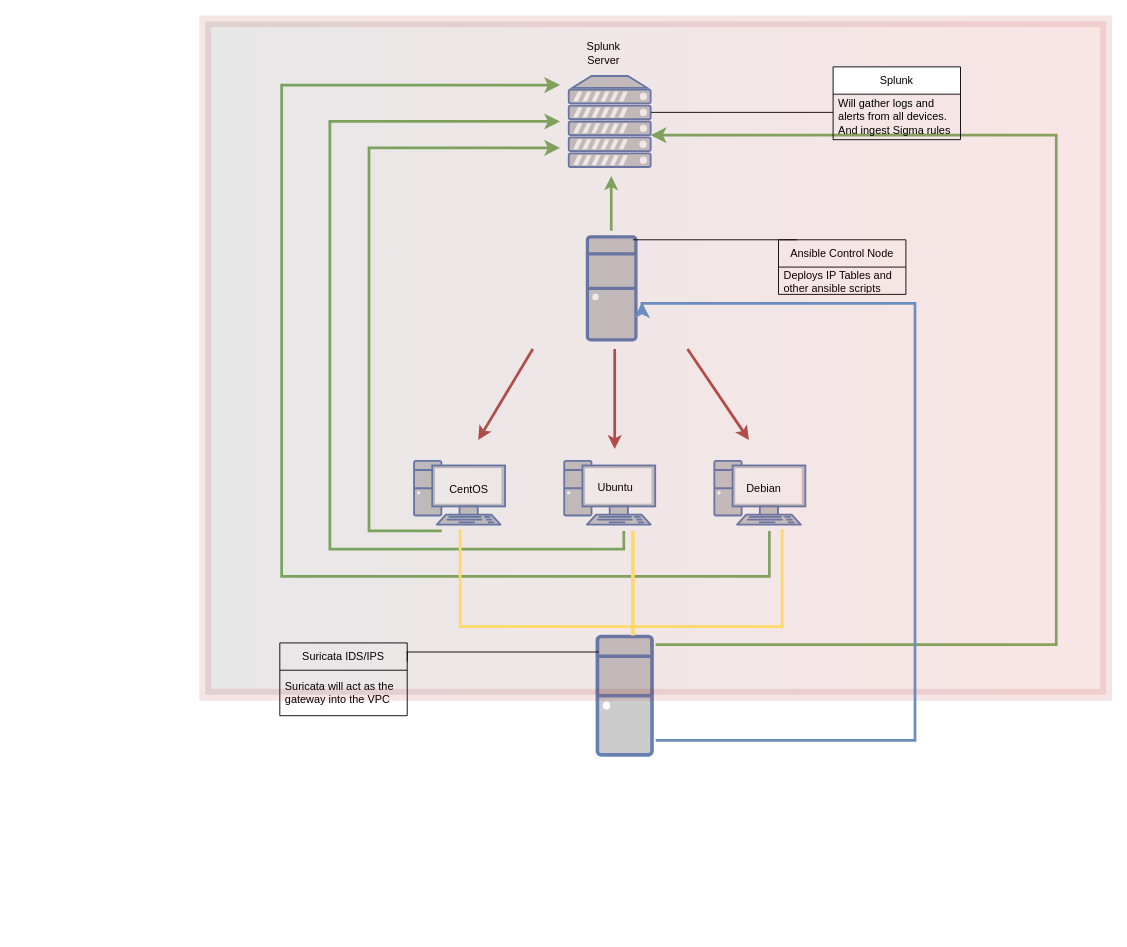
This is Lab Diagram.drawio from datboyblu3/TrainingGrounds, a draw.io file, before an edit. Source tidied: cells renumbered, new cells numbered last; positions are measured from the earlier drawing's top-left corner, leaving out a move shared by most shapes. Both pictures are drawn from the tidied source at 91%, with x=0, y=0 at pixel (15, 21).
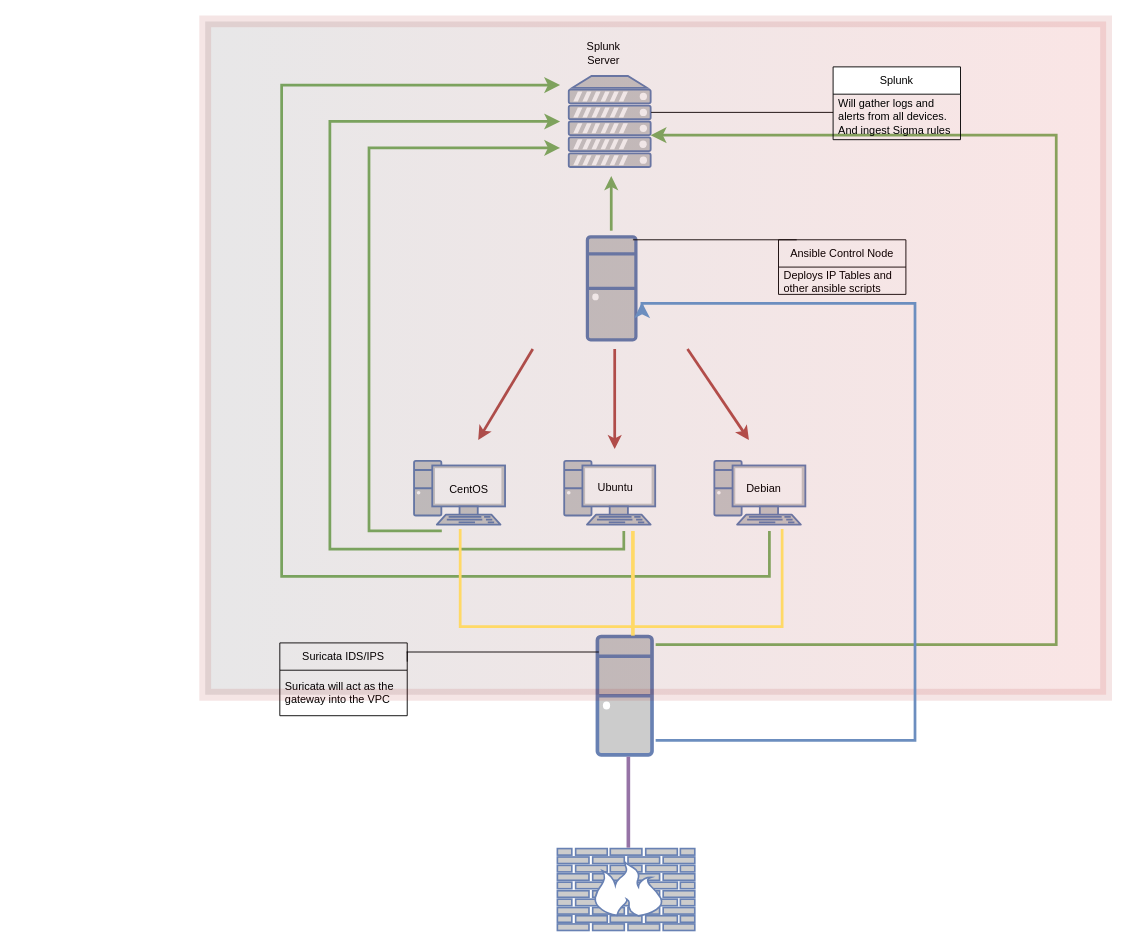
After the change.

The edit, as a diff of the source:
```diff
@@
+    <mxCell id="37" style="fontColor=#0066CC;verticalAlign=top;verticalLabelPosition=bottom;labelPosition=center;align=center;html=1;fillColor=#CCCCCC;strokeColor=#6881B3;gradientColor=none;gradientDirection=north;strokeWidth=2;shape=mxgraph.networks.firewall;shadow=0;fontSize=20;" parent="1" vertex="1">
+      <mxGeometry x="595" y="909" width="151" height="90" as="geometry" />
+    </mxCell>
+    <mxCell id="38" style="line;strokeWidth=4;direction=south;html=1;perimeter=backbonePerimeter;shadow=0;strokeColor=#9673a6;fontSize=20;fillColor=#e1d5e7;gradientDirection=east;" parent="1" vertex="1">
+      <mxGeometry x="238" y="808" width="870" height="100" as="geometry" />
+    </mxCell>
```
